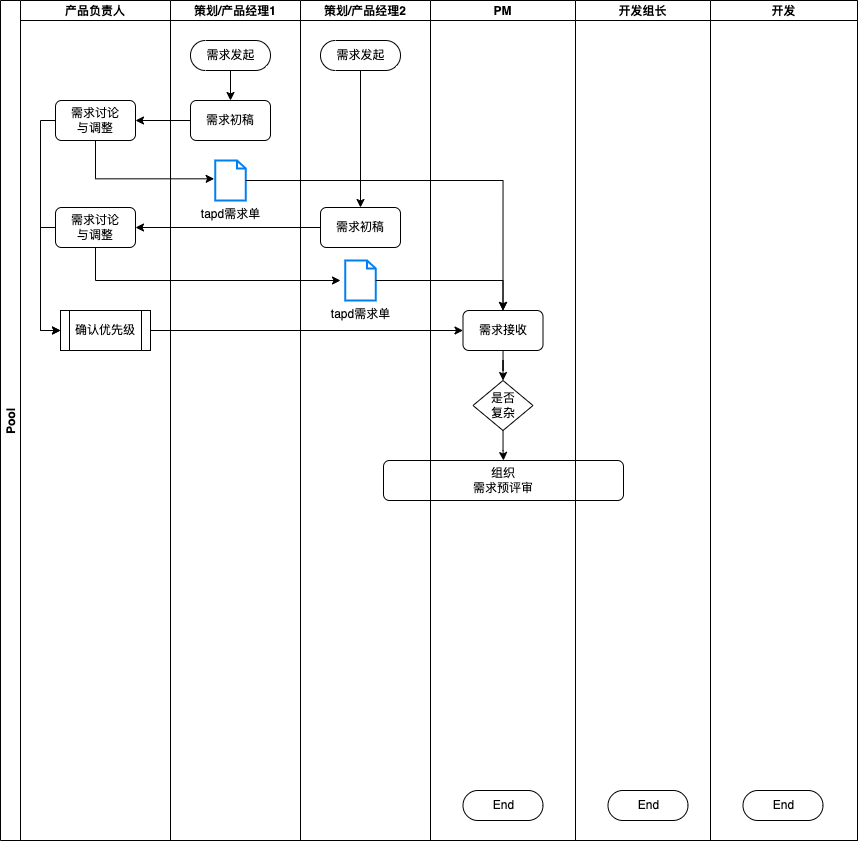
This is Untitled Diagram.drawio.png from derek964/the-economist-ebooks, a draw.io export, as it was before one commit. Source tidied: cells renumbered, new cells last; positions are measured from the earlier drawing's top-left corner, leaving out a move shared by most shapes.
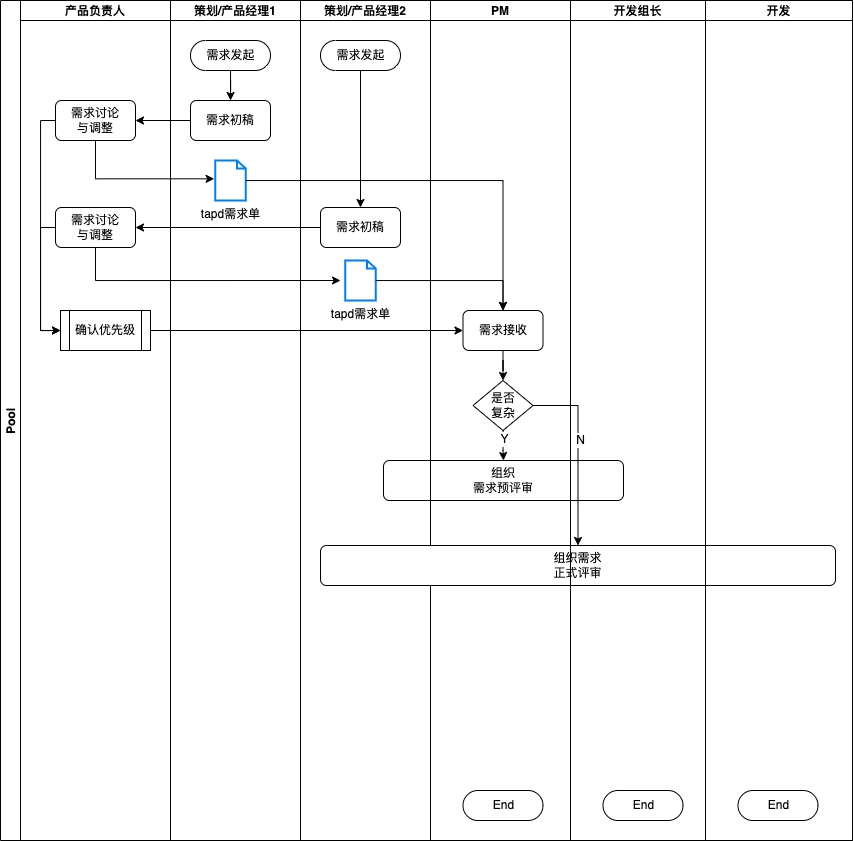
The same diagram one commit later.

Diff of the diagram source:
```diff
@@ -3,7 +3,7 @@
     <mxCell id="0" />
     <mxCell id="1" parent="0" />
     <mxCell id="2" value="Pool" style="swimlane;startSize=20;horizontal=0;" parent="1" vertex="1">
-      <mxGeometry width="857" height="840" as="geometry" />
+      <mxGeometry width="852" height="840" as="geometry" />
     </mxCell>
     <mxCell id="3" value="产品负责人" style="swimlane;startSize=20;" parent="2" vertex="1">
       <mxGeometry x="20" width="150" height="840" as="geometry" />
@@ -70,7 +70,7 @@
       <mxGeometry relative="1" as="geometry" />
     </mxCell>
     <mxCell id="21" value="PM" style="swimlane;startSize=20;" parent="2" vertex="1">
-      <mxGeometry x="430" width="145" height="840" as="geometry" />
+      <mxGeometry x="430" width="140" height="840" as="geometry" />
     </mxCell>
     <mxCell id="22" value="End" style="html=1;dashed=0;whitespace=wrap;shape=mxgraph.dfd.start;" parent="21" vertex="1">
       <mxGeometry x="32.5" y="790" width="80" height="30" as="geometry" />
@@ -81,17 +81,26 @@
     <mxCell id="24" value="需求接收" style="rounded=1;whiteSpace=wrap;html=1;" parent="21" vertex="1">
       <mxGeometry x="32.5" y="310" width="80" height="40" as="geometry" />
     </mxCell>
+    <mxCell id="37" style="edgeStyle=orthogonalEdgeStyle;rounded=0;jettySize=auto;html=1;entryX=0.5;entryY=0;entryDx=0;entryDy=0;exitX=1;exitY=0.5;exitDx=0;exitDy=0;" parent="21" edge="1" source="25" target="39">
+      <mxGeometry relative="1" as="geometry" />
+    </mxCell>
+    <mxCell id="38" value="N" style="edgeLabel;html=1;align=center;verticalAlign=middle;" parent="37" vertex="1">
+      <mxGeometry x="-0.15" y="2" relative="1" as="geometry" />
+    </mxCell>
     <mxCell id="25" value="是否&lt;br&gt;复杂" style="rhombus;whiteSpace=wrap;html=1;fillColor=#FFFFFF;" parent="21" vertex="1">
       <mxGeometry x="42.5" y="380" width="60" height="50" as="geometry" />
     </mxCell>
+    <mxCell id="39" value="组织需求&lt;br&gt;正式评审" style="rounded=1;whiteSpace=wrap;html=1;" parent="21" vertex="1">
+      <mxGeometry x="-110" y="545" width="515" height="40" as="geometry" />
+    </mxCell>
     <mxCell id="26" value="开发组长" style="swimlane;startSize=20;" parent="2" vertex="1">
-      <mxGeometry x="575" width="135" height="840" as="geometry" />
+      <mxGeometry x="570" width="135" height="840" as="geometry" />
     </mxCell>
     <mxCell id="27" value="End" style="html=1;dashed=0;whitespace=wrap;shape=mxgraph.dfd.start;" parent="26" vertex="1">
       <mxGeometry x="32.5" y="790" width="80" height="30" as="geometry" />
     </mxCell>
     <mxCell id="28" value="开发" style="swimlane;startSize=20;" parent="2" vertex="1">
-      <mxGeometry x="710" width="147" height="840" as="geometry" />
+      <mxGeometry x="705" width="147" height="840" as="geometry" />
     </mxCell>
     <mxCell id="29" value="End" style="html=1;dashed=0;whitespace=wrap;shape=mxgraph.dfd.start;" parent="28" vertex="1">
       <mxGeometry x="32.5" y="790" width="80" height="30" as="geometry" />
@@ -123,6 +132,9 @@
     <mxCell id="35" style="edgeStyle=orthogonalEdgeStyle;rounded=0;jettySize=auto;html=1;" parent="2" edge="1" source="25" target="19">
       <mxGeometry relative="1" as="geometry" />
     </mxCell>
+    <mxCell id="40" value="Y" style="edgeLabel;html=1;align=center;verticalAlign=middle;" parent="35" vertex="1">
+      <mxGeometry x="-0.41" y="1" relative="1" as="geometry" />
+    </mxCell>
     <mxCell id="36" style="edgeStyle=orthogonalEdgeStyle;rounded=0;jettySize=auto;html=1;exitX=1;exitY=0.5;exitDx=0;exitDy=0;entryX=0;entryY=0.5;entryDx=0;entryDy=0;" parent="2" edge="1" source="8" target="24">
       <mxGeometry relative="1" as="geometry" />
     </mxCell>
```
